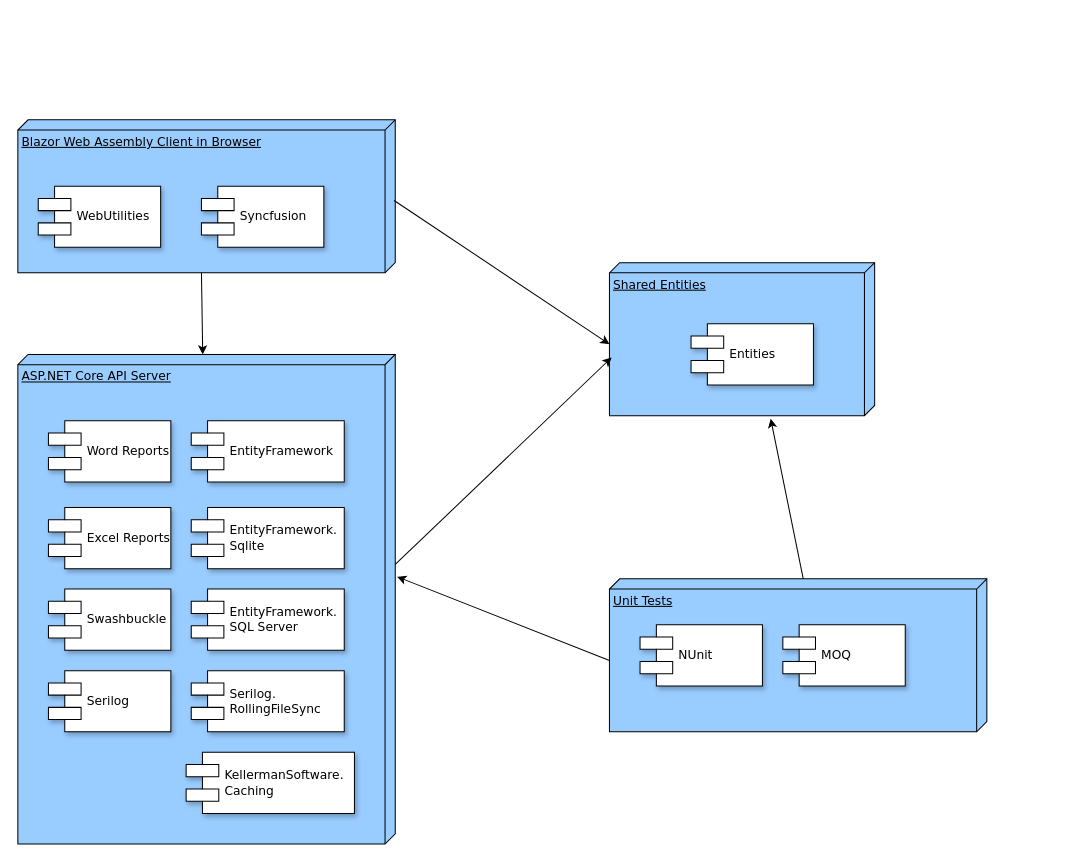
Before: Documentation/Design/Application Architecture Diagram.drawio in GregFinzer/BedBrigadeNational, a draw.io diagram. Source tidied: cells renumbered, new cells numbered last; positions are measured from the earlier drawing's top-left corner, leaving out a move shared by most shapes. Both pictures are drawn from the tidied source at 102%, with x=0, y=0 at pixel (17, 119).
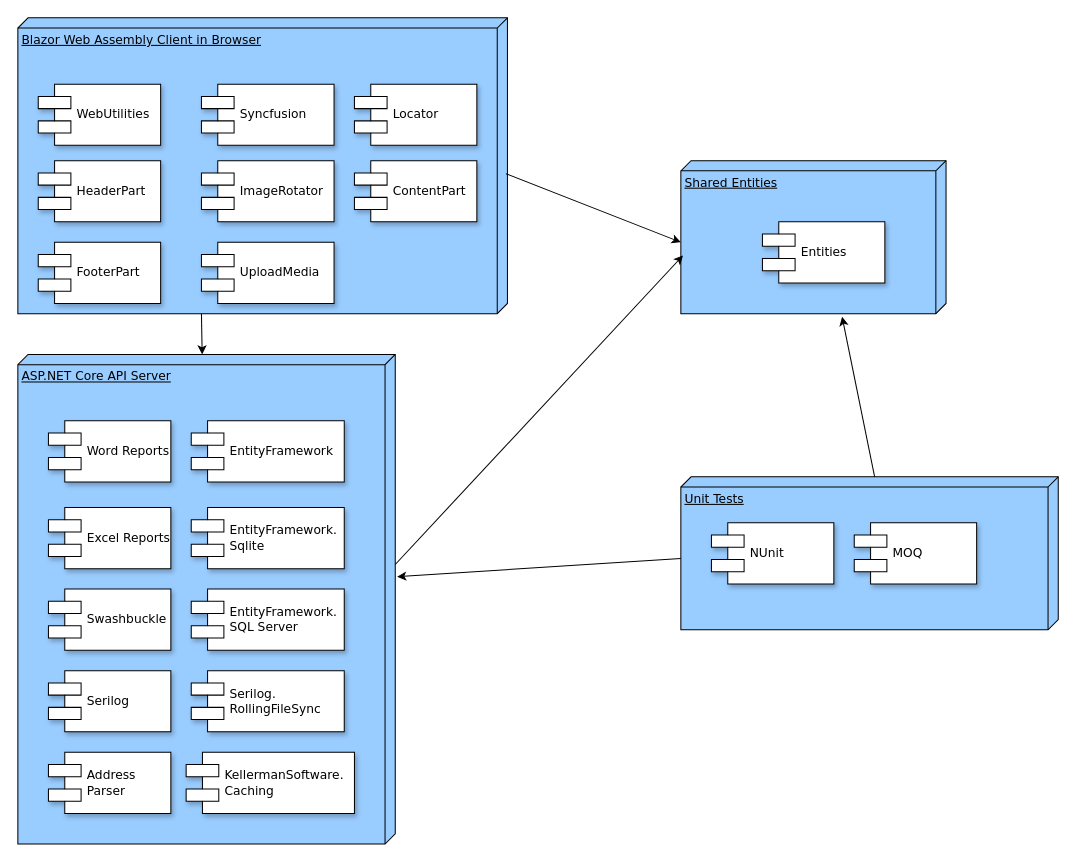
The same page after the edit.

Commit message (it also covers changes not shown here):
Update Application Architecture Diagram and Entity Relationship Diagram

Unchanged cells that the change refers to:
```xml
<mxCell id="3" value="ASP.NET Core API Server" style="verticalAlign=top;align=left;spacingTop=8;spacingLeft=2;spacingRight=12;shape=cube;size=10;direction=south;fontStyle=4;html=1;rounded=0;shadow=0;comic=0;labelBackgroundColor=none;strokeWidth=1;fontFamily=Verdana;fontSize=12;fillColor=#99CCFF;" parent="1" vertex="1">
  <mxGeometry y="230" width="370" height="480" as="geometry" />
</mxCell>
```

Change to the diagram source:
```diff
@@
     <mxCell id="2" value="Blazor Web Assembly Client in Browser" style="verticalAlign=top;align=left;spacingTop=8;spacingLeft=2;spacingRight=12;shape=cube;size=10;direction=south;fontStyle=4;html=1;rounded=0;shadow=0;comic=0;labelBackgroundColor=none;strokeWidth=1;fontFamily=Verdana;fontSize=12;fillColor=#99CCFF;" parent="1" vertex="1">
-      <mxGeometry width="370" height="150" as="geometry" />
+      <mxGeometry y="-100" width="480" height="290" as="geometry" />
     </mxCell>
@@
     <mxCell id="4" value="Shared Entities" style="verticalAlign=top;align=left;spacingTop=8;spacingLeft=2;spacingRight=12;shape=cube;size=10;direction=south;fontStyle=4;html=1;rounded=0;shadow=0;comic=0;labelBackgroundColor=none;strokeWidth=1;fontFamily=Verdana;fontSize=12;fillColor=#99CCFF;" parent="1" vertex="1">
-      <mxGeometry x="580" y="140" width="260" height="150" as="geometry" />
+      <mxGeometry x="650" y="40" width="260" height="150" as="geometry" />
     </mxCell>
     <mxCell id="5" value="Syncfusion" style="shape=component;align=left;spacingLeft=36;rounded=0;shadow=1;comic=0;labelBackgroundColor=none;strokeWidth=1;fontFamily=Verdana;fontSize=12;html=1;" parent="1" vertex="1">
-      <mxGeometry x="180" y="65" width="120" height="60" as="geometry" />
+      <mxGeometry x="180" y="-35" width="130" height="60" as="geometry" />
     </mxCell>
@@
     <mxCell id="7" value="Entities" style="shape=component;align=left;spacingLeft=36;rounded=0;shadow=1;comic=0;labelBackgroundColor=none;strokeWidth=1;fontFamily=Verdana;fontSize=12;html=1;" parent="1" vertex="1">
-      <mxGeometry x="660" y="200" width="120" height="60" as="geometry" />
+      <mxGeometry x="730" y="100" width="120" height="60" as="geometry" />
     </mxCell>
     <mxCell id="8" value="WebUtilities" style="shape=component;align=left;spacingLeft=36;rounded=0;shadow=1;comic=0;labelBackgroundColor=none;strokeWidth=1;fontFamily=Verdana;fontSize=12;html=1;" parent="1" vertex="1">
-      <mxGeometry x="20" y="65" width="120" height="60" as="geometry" />
+      <mxGeometry x="20" y="-35" width="120" height="60" as="geometry" />
     </mxCell>
@@
-    <mxCell id="17" style="endArrow=classic;html=1;rounded=0;exitX=0;exitY=0;exitDx=150;exitDy=190;exitPerimeter=0;" parent="1" edge="1" source="2" target="3">
-      <mxGeometry relative="1" as="geometry" />
+    <mxCell id="17" style="endArrow=classic;html=1;rounded=0;" parent="1" edge="1" target="3">
+      <mxGeometry relative="1" as="geometry">
+        <mxPoint x="180" y="190" as="sourcePoint" />
+      </mxGeometry>
     </mxCell>
@@
     <mxCell id="20" value="Unit Tests" style="verticalAlign=top;align=left;spacingTop=8;spacingLeft=2;spacingRight=12;shape=cube;size=10;direction=south;fontStyle=4;html=1;rounded=0;shadow=0;comic=0;labelBackgroundColor=none;strokeWidth=1;fontFamily=Verdana;fontSize=12;fillColor=#99CCFF;" parent="1" vertex="1">
-      <mxGeometry x="580" y="450" width="370" height="150" as="geometry" />
+      <mxGeometry x="650" y="350" width="370" height="150" as="geometry" />
     </mxCell>
     <mxCell id="21" value="NUnit" style="shape=component;align=left;spacingLeft=36;rounded=0;shadow=1;comic=0;labelBackgroundColor=none;strokeWidth=1;fontFamily=Verdana;fontSize=12;html=1;" parent="1" vertex="1">
-      <mxGeometry x="610" y="495" width="120" height="60" as="geometry" />
+      <mxGeometry x="680" y="395" width="120" height="60" as="geometry" />
     </mxCell>
     <mxCell id="22" value="MOQ" style="shape=component;align=left;spacingLeft=36;rounded=0;shadow=1;comic=0;labelBackgroundColor=none;strokeWidth=1;fontFamily=Verdana;fontSize=12;html=1;" parent="1" vertex="1">
-      <mxGeometry x="750" y="495" width="120" height="60" as="geometry" />
+      <mxGeometry x="820" y="395" width="120" height="60" as="geometry" />
     </mxCell>
@@
+    <mxCell id="25" value="HeaderPart" style="shape=component;align=left;spacingLeft=36;rounded=0;shadow=1;comic=0;labelBackgroundColor=none;strokeWidth=1;fontFamily=Verdana;fontSize=12;html=1;" parent="1" vertex="1">
+      <mxGeometry x="20" y="40" width="120" height="60" as="geometry" />
+    </mxCell>
+    <mxCell id="26" value="FooterPart" style="shape=component;align=left;spacingLeft=36;rounded=0;shadow=1;comic=0;labelBackgroundColor=none;strokeWidth=1;fontFamily=Verdana;fontSize=12;html=1;" parent="1" vertex="1">
+      <mxGeometry x="20" y="120" width="120" height="60" as="geometry" />
+    </mxCell>
+    <mxCell id="27" value="ImageRotator" style="shape=component;align=left;spacingLeft=36;rounded=0;shadow=1;comic=0;labelBackgroundColor=none;strokeWidth=1;fontFamily=Verdana;fontSize=12;html=1;" parent="1" vertex="1">
+      <mxGeometry x="180" y="40" width="130" height="60" as="geometry" />
+    </mxCell>
+    <mxCell id="28" value="UploadMedia" style="shape=component;align=left;spacingLeft=36;rounded=0;shadow=1;comic=0;labelBackgroundColor=none;strokeWidth=1;fontFamily=Verdana;fontSize=12;html=1;" parent="1" vertex="1">
+      <mxGeometry x="180" y="120" width="130" height="60" as="geometry" />
+    </mxCell>
+    <mxCell id="29" value="Locator" style="shape=component;align=left;spacingLeft=36;rounded=0;shadow=1;comic=0;labelBackgroundColor=none;strokeWidth=1;fontFamily=Verdana;fontSize=12;html=1;" parent="1" vertex="1">
+      <mxGeometry x="330" y="-35" width="120" height="60" as="geometry" />
+    </mxCell>
+    <mxCell id="30" value="Address&lt;br&gt;Parser" style="shape=component;align=left;spacingLeft=36;rounded=0;shadow=1;comic=0;labelBackgroundColor=none;strokeWidth=1;fontFamily=Verdana;fontSize=12;html=1;" parent="1" vertex="1">
+      <mxGeometry x="30" y="620" width="120" height="60" as="geometry" />
+    </mxCell>
+    <mxCell id="31" value="ContentPart" style="shape=component;align=left;spacingLeft=36;rounded=0;shadow=1;comic=0;labelBackgroundColor=none;strokeWidth=1;fontFamily=Verdana;fontSize=12;html=1;" parent="1" vertex="1">
+      <mxGeometry x="330" y="40" width="120" height="60" as="geometry" />
+    </mxCell>
```
